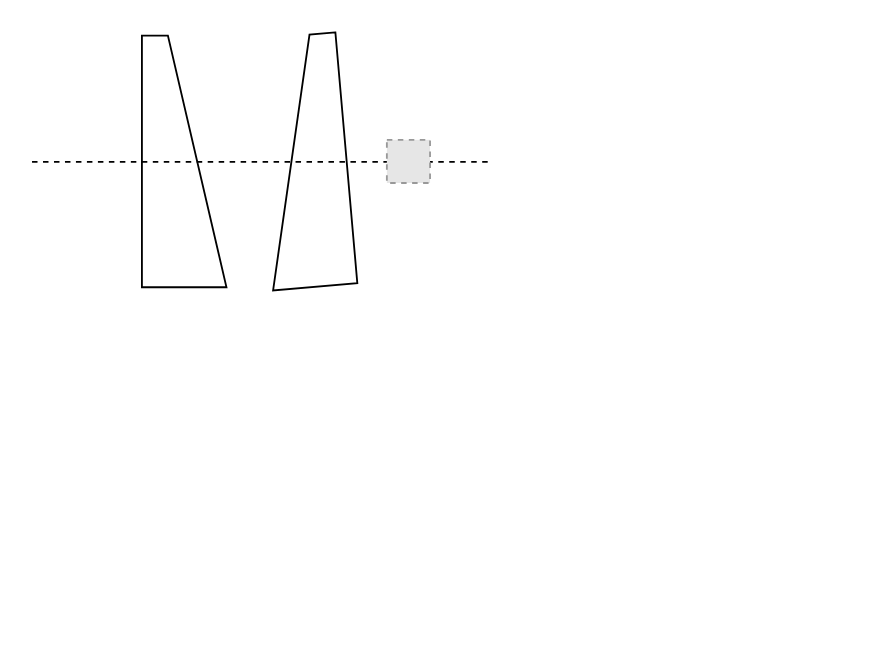
Earlier version of the draw.io diagram risley.drawio (Code-Newborn/diagrams). Source tidied: cells renumbered, new cells numbered last; positions are measured from the earlier drawing's top-left corner, leaving out a move shared by most shapes. Both pictures are drawn from the tidied source at 183%, with x=0, y=0 at pixel (31, 119). Pictures stored in the file or linked from it are replaced by grey dashed boxes.
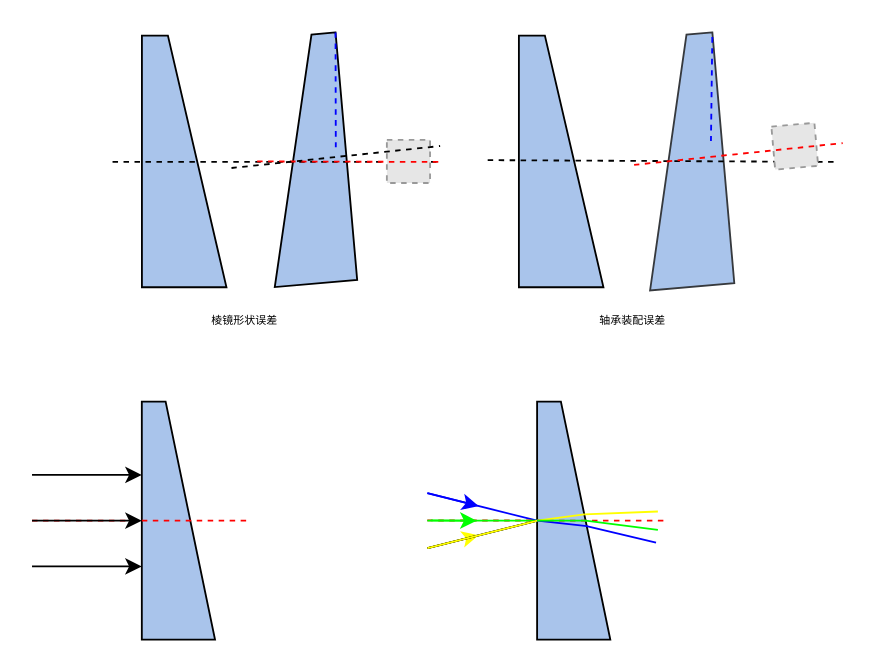
The same page after the edit.

What changed in the source:
```diff
@@
-    <mxCell id="2" style="shape=manualInput;whiteSpace=wrap;html=1;rotation=90;size=32;" parent="1" vertex="1">
+    <mxCell id="2" style="shape=manualInput;whiteSpace=wrap;html=1;rotation=90;size=32;rounded=0;fillColor=#A9C4EB;" parent="1" vertex="1">
       <mxGeometry x="14.4" y="-0.4" width="137.5" height="46.2" as="geometry" />
     </mxCell>
-    <mxCell id="3" style="shape=manualInput;whiteSpace=wrap;html=1;rotation=85;size=32;flipH=0;flipV=1;" parent="1" vertex="1">
-      <mxGeometry x="80" y="-0.4" width="137.5" height="46.2" as="geometry" />
+    <mxCell id="3" style="shape=manualInput;whiteSpace=wrap;html=1;rotation=85;size=32;flipH=0;flipV=1;rounded=0;fillColor=#A9C4EB;" parent="1" vertex="1">
+      <mxGeometry x="81.4" y="-0.8" width="135.7" height="45.2" as="geometry" />
     </mxCell>
     <mxCell id="4" style="endArrow=none;dashed=1;html=1;rounded=0;" parent="1" edge="1">
       <mxGeometry relative="1" as="geometry">
-        <mxPoint y="23" as="sourcePoint" />
-        <mxPoint x="250" y="23" as="targetPoint" />
+        <mxPoint x="44" y="23" as="sourcePoint" />
+        <mxPoint x="221" y="23" as="targetPoint" />
       </mxGeometry>
     </mxCell>
-    <mxCell id="5" style="fillColor=#E6E6E6;strokeColor=#999999;dashed=1;html=1;verticalAlign=top;verticalLabelPosition=bottom;labelBackgroundColor=#ffffff;" parent="1" vertex="1">
+    <mxCell id="5" style="fillColor=#E6E6E6;strokeColor=#999999;dashed=1;html=1;verticalAlign=top;verticalLabelPosition=bottom;labelBackgroundColor=#ffffff;fontColor=#000000;" parent="1" vertex="1">
       <mxGeometry x="193.9" y="10.9" width="23.6" height="23.6" as="geometry" />
     </mxCell>
+    <mxCell id="6" style="shape=manualInput;whiteSpace=wrap;html=1;rotation=90;size=32;rounded=0;fillColor=#A9C4EB;" parent="1" vertex="1">
+      <mxGeometry x="220.4" y="-0.4" width="137.5" height="46.2" as="geometry" />
+    </mxCell>
+    <mxCell id="7" style="shape=manualInput;whiteSpace=wrap;html=1;rotation=85;size=32;flipH=0;flipV=1;rounded=0;fillColor=#A9C4EB;strokeColor=#36393d;" parent="1" vertex="1">
+      <mxGeometry x="286" y="-0.4" width="137.5" height="46.2" as="geometry" />
+    </mxCell>
+    <mxCell id="8" style="endArrow=none;dashed=1;html=1;rounded=0;" parent="1" edge="1">
+      <mxGeometry relative="1" as="geometry">
+        <mxPoint x="249" y="22" as="sourcePoint" />
+        <mxPoint x="440" y="23" as="targetPoint" />
+      </mxGeometry>
+    </mxCell>
+    <mxCell id="9" style="fillColor=#E6E6E6;strokeColor=#999999;dashed=1;html=1;verticalAlign=top;verticalLabelPosition=bottom;labelBackgroundColor=#ffffff;rotation=-5;" parent="1" vertex="1">
+      <mxGeometry x="405" y="2.6" width="23.6" height="23.6" as="geometry" />
+    </mxCell>
+    <mxCell id="10" style="endArrow=none;dashed=1;html=1;rounded=0;fontSize=12;startSize=14;endSize=14;curved=1;fillColor=#f8cecc;strokeColor=#FF0000;" parent="1" edge="1">
+      <mxGeometry relative="1" as="geometry">
+        <mxPoint x="329" y="24.6" as="sourcePoint" />
+        <mxPoint x="443" y="12.7" as="targetPoint" />
+      </mxGeometry>
+    </mxCell>
+    <mxCell id="11" style="endArrow=none;dashed=1;html=1;rounded=0;fontSize=12;startSize=14;endSize=14;curved=1;entryX=0;entryY=0;entryDx=0;entryDy=0;strokeColor=#0000FF;" parent="1" edge="1" target="3">
+      <mxGeometry relative="1" as="geometry">
+        <mxPoint x="166" y="15" as="sourcePoint" />
+      </mxGeometry>
+    </mxCell>
+    <mxCell id="12" style="endArrow=none;dashed=1;html=1;rounded=0;fontSize=12;startSize=14;endSize=14;curved=1;entryX=0;entryY=0;entryDx=0;entryDy=0;strokeColor=#0000FF;" parent="1" edge="1" target="7">
+      <mxGeometry relative="1" as="geometry">
+        <mxPoint x="371" y="11.6" as="sourcePoint" />
+      </mxGeometry>
+    </mxCell>
+    <mxCell id="13" style="endArrow=none;dashed=1;html=1;rounded=0;strokeColor=#FF0000;" parent="1" edge="1">
+      <mxGeometry relative="1" as="geometry">
+        <mxPoint x="123" y="22.7" as="sourcePoint" />
+        <mxPoint x="224" y="23" as="targetPoint" />
+      </mxGeometry>
+    </mxCell>
+    <mxCell id="14" style="endArrow=none;dashed=1;html=1;rounded=0;fontSize=12;startSize=14;endSize=14;curved=1;fillColor=#f8cecc;strokeColor=#000000;" parent="1" edge="1">
+      <mxGeometry relative="1" as="geometry">
+        <mxPoint x="109" y="26.3" as="sourcePoint" />
+        <mxPoint x="223" y="14.3" as="targetPoint" />
+      </mxGeometry>
+    </mxCell>
+    <mxCell id="15" value="棱镜形状误差" style="text;html=1;align=center;verticalAlign=middle;fillColor=none;strokeColor=none;rounded=0;fontSize=6;fontColor=#000000;fontFamily=微软雅黑;" parent="1" vertex="1">
+      <mxGeometry x="71" y="97" width="90" height="26" as="geometry" />
+    </mxCell>
+    <mxCell id="16" value="轴承装配误差" style="text;html=1;align=center;verticalAlign=middle;fillColor=none;strokeColor=none;rounded=0;fontSize=6;fontColor=#000000;fontFamily=微软雅黑;" parent="1" vertex="1">
+      <mxGeometry x="283" y="97" width="90" height="26" as="geometry" />
+    </mxCell>
+    <mxCell id="17" style="shape=manualInput;whiteSpace=wrap;html=1;rotation=90;size=27;rounded=0;fillColor=#A9C4EB;" parent="1" vertex="1">
+      <mxGeometry x="15" y="199" width="130" height="40" as="geometry" />
+    </mxCell>
+    <mxCell id="18" style="endArrow=none;dashed=1;html=1;rounded=0;strokeColor=#FF0000;" parent="1" edge="1">
+      <mxGeometry relative="1" as="geometry">
+        <mxPoint y="219" as="sourcePoint" />
+        <mxPoint x="120" y="219" as="targetPoint" />
+      </mxGeometry>
+    </mxCell>
+    <mxCell id="19" style="endArrow=classic;html=1;rounded=0;fontFamily=微软雅黑;fontSize=6;fontColor=#000000;startSize=14;endSize=6;strokeColor=#000000;curved=1;entryX=0.5;entryY=1;entryDx=0;entryDy=0;" parent="1" edge="1" target="17">
+      <mxGeometry relative="1" as="geometry">
+        <mxPoint y="219" as="sourcePoint" />
+      </mxGeometry>
+    </mxCell>
+    <mxCell id="20" style="endArrow=classic;html=1;rounded=0;fontFamily=微软雅黑;fontSize=6;fontColor=#000000;startSize=14;endSize=6;strokeColor=#000000;curved=1;entryX=0.5;entryY=1;entryDx=0;entryDy=0;" parent="1" edge="1">
+      <mxGeometry relative="1" as="geometry">
+        <mxPoint y="194" as="sourcePoint" />
+        <mxPoint x="60" y="194" as="targetPoint" />
+      </mxGeometry>
+    </mxCell>
+    <mxCell id="21" style="endArrow=classic;html=1;rounded=0;fontFamily=微软雅黑;fontSize=6;fontColor=#000000;startSize=14;endSize=6;strokeColor=#000000;curved=1;entryX=0.5;entryY=1;entryDx=0;entryDy=0;" parent="1" edge="1">
+      <mxGeometry relative="1" as="geometry">
+        <mxPoint y="244" as="sourcePoint" />
+        <mxPoint x="60" y="244" as="targetPoint" />
+      </mxGeometry>
+    </mxCell>
+    <mxCell id="22" style="shape=manualInput;whiteSpace=wrap;html=1;rotation=90;size=27;rounded=0;fillColor=#A9C4EB;" parent="1" vertex="1">
+      <mxGeometry x="231" y="199" width="130" height="40" as="geometry" />
+    </mxCell>
+    <mxCell id="23" style="endArrow=classic;html=1;rounded=0;fontFamily=微软雅黑;fontSize=6;fontColor=#000000;startSize=14;endSize=6;strokeColor=#0000FF;curved=1;" parent="1" edge="1">
+      <mxGeometry relative="1" as="geometry">
+        <mxPoint x="216.1" y="204" as="sourcePoint" />
+        <mxPoint x="244" y="211" as="targetPoint" />
+      </mxGeometry>
+    </mxCell>
+    <mxCell id="24" style="endArrow=none;html=1;rounded=0;fontFamily=微软雅黑;fontSize=6;fontColor=#000000;startSize=14;endSize=6;strokeColor=#0000FF;curved=1;exitX=0.5;exitY=1;exitDx=0;exitDy=0;" parent="1" edge="1" source="22">
+      <mxGeometry relative="1" as="geometry">
+        <mxPoint x="216" y="204" as="targetPoint" />
+      </mxGeometry>
+    </mxCell>
+    <mxCell id="25" style="endArrow=classic;html=1;rounded=0;fontFamily=微软雅黑;fontSize=6;fontColor=#000000;startSize=14;endSize=6;strokeColor=#FFFF00;curved=1;" parent="1" edge="1">
+      <mxGeometry relative="1" as="geometry">
+        <mxPoint x="216" y="234" as="sourcePoint" />
+        <mxPoint x="244" y="227" as="targetPoint" />
+      </mxGeometry>
+    </mxCell>
+    <mxCell id="26" style="endArrow=none;html=1;rounded=0;fontFamily=微软雅黑;fontSize=6;fontColor=#000000;startSize=14;endSize=6;strokeColor=#000000;curved=1;exitX=0.5;exitY=1;exitDx=0;exitDy=0;" parent="1" edge="1">
+      <mxGeometry relative="1" as="geometry">
+        <mxPoint x="276.2" y="219" as="sourcePoint" />
+        <mxPoint x="216.2" y="234" as="targetPoint" />
+      </mxGeometry>
+    </mxCell>
+    <mxCell id="27" style="endArrow=none;dashed=1;html=1;rounded=0;strokeColor=#FF0000;" parent="1" edge="1">
+      <mxGeometry relative="1" as="geometry">
+        <mxPoint x="216" y="218.9" as="sourcePoint" />
+        <mxPoint x="345" y="219" as="targetPoint" />
+      </mxGeometry>
+    </mxCell>
+    <mxCell id="28" style="endArrow=none;html=1;rounded=0;fontFamily=微软雅黑;fontSize=6;fontColor=#000000;startSize=14;endSize=6;strokeColor=#00FF00;curved=1;exitX=0.5;exitY=1;exitDx=0;exitDy=0;" parent="1" edge="1" source="22">
+      <mxGeometry relative="1" as="geometry">
+        <mxPoint x="216" y="219" as="targetPoint" />
+      </mxGeometry>
+    </mxCell>
+    <mxCell id="29" style="endArrow=classic;html=1;rounded=0;fontFamily=微软雅黑;fontSize=6;fontColor=#000000;startSize=14;endSize=6;strokeColor=#00FF00;curved=1;" parent="1" edge="1">
+      <mxGeometry relative="1" as="geometry">
+        <mxPoint x="217.9" y="218.9" as="sourcePoint" />
+        <mxPoint x="243" y="219" as="targetPoint" />
+      </mxGeometry>
+    </mxCell>
+    <mxCell id="30" style="endArrow=none;html=1;rounded=0;fontFamily=微软雅黑;fontSize=6;fontColor=#000000;startSize=14;endSize=6;strokeColor=#000000;curved=1;exitX=0.5;exitY=1;exitDx=0;exitDy=0;" parent="1" edge="1">
+      <mxGeometry relative="1" as="geometry">
+        <mxPoint x="276.2" y="219" as="sourcePoint" />
+        <mxPoint x="216.2" y="234" as="targetPoint" />
+      </mxGeometry>
+    </mxCell>
+    <mxCell id="31" style="endArrow=none;html=1;rounded=0;fontFamily=微软雅黑;fontSize=6;fontColor=#000000;startSize=14;endSize=6;strokeColor=#FFFF00;curved=1;exitX=0.5;exitY=1;exitDx=0;exitDy=0;" parent="1" edge="1">
+      <mxGeometry relative="1" as="geometry">
+        <mxPoint x="276.2" y="219" as="sourcePoint" />
+        <mxPoint x="216.2" y="234" as="targetPoint" />
+      </mxGeometry>
+    </mxCell>
+    <mxCell id="32" style="endArrow=none;html=1;rounded=0;fontFamily=微软雅黑;fontSize=6;fontColor=#000000;startSize=14;endSize=6;strokeColor=#FFFF00;curved=1;exitX=0.5;exitY=1;exitDx=0;exitDy=0;entryX=0.474;entryY=0.356;entryDx=0;entryDy=0;entryPerimeter=0;" parent="1" edge="1" source="22" target="22">
+      <mxGeometry relative="1" as="geometry" />
+    </mxCell>
+    <mxCell id="33" style="endArrow=none;html=1;rounded=0;fontFamily=微软雅黑;fontSize=6;fontColor=#000000;startSize=14;endSize=6;strokeColor=#0000FF;curved=1;exitX=0.523;exitY=0.318;exitDx=0;exitDy=0;entryX=0.5;entryY=1;entryDx=0;entryDy=0;exitPerimeter=0;" parent="1" edge="1" source="22" target="22">
+      <mxGeometry relative="1" as="geometry" />
+    </mxCell>
+    <mxCell id="34" style="endArrow=none;html=1;rounded=0;fontFamily=微软雅黑;fontSize=6;fontColor=#000000;startSize=14;endSize=6;strokeColor=#00FF00;curved=1;" parent="1" edge="1">
+      <mxGeometry relative="1" as="geometry">
+        <mxPoint x="276" y="219" as="sourcePoint" />
+        <mxPoint x="303" y="219" as="targetPoint" />
+      </mxGeometry>
+    </mxCell>
+    <mxCell id="35" style="endArrow=none;html=1;rounded=0;fontFamily=微软雅黑;fontSize=6;fontColor=#000000;startSize=14;endSize=6;strokeColor=#FFFF00;curved=1;exitX=0.474;exitY=0.356;exitDx=0;exitDy=0;exitPerimeter=0;" parent="1" edge="1" source="22">
+      <mxGeometry relative="1" as="geometry">
+        <mxPoint x="342" y="214" as="targetPoint" />
+      </mxGeometry>
+    </mxCell>
+    <mxCell id="36" style="endArrow=none;html=1;rounded=0;fontFamily=微软雅黑;fontSize=6;fontColor=#000000;startSize=14;endSize=6;strokeColor=#00FF00;curved=1;exitX=0.5;exitY=0.339;exitDx=0;exitDy=0;exitPerimeter=0;" parent="1" edge="1" source="22">
+      <mxGeometry relative="1" as="geometry">
+        <mxPoint x="342" y="224" as="targetPoint" />
+      </mxGeometry>
+    </mxCell>
+    <mxCell id="37" style="endArrow=none;html=1;rounded=0;fontFamily=微软雅黑;fontSize=6;fontColor=#000000;startSize=14;endSize=6;strokeColor=#0000FF;curved=1;entryX=0.523;entryY=0.324;entryDx=0;entryDy=0;entryPerimeter=0;" parent="1" edge="1" target="22">
+      <mxGeometry relative="1" as="geometry">
+        <mxPoint x="341" y="231" as="sourcePoint" />
+      </mxGeometry>
+    </mxCell>
```
